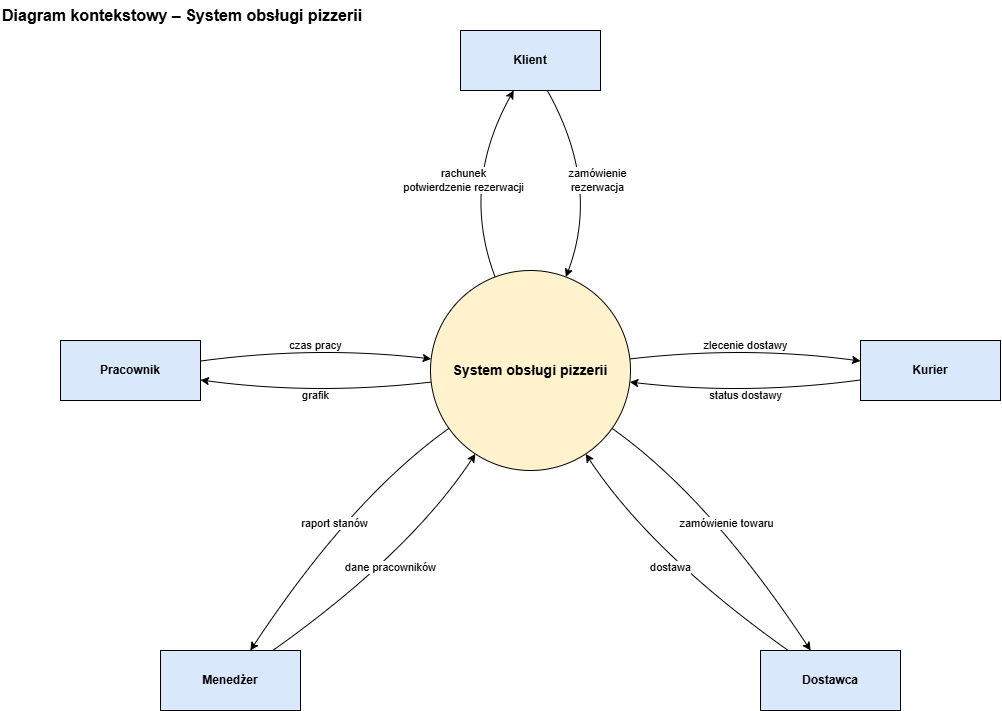
olimo54323/OiZPI-laboratorium keeps this draw.io diagram as diagramy/01_kontekstowy/kontekst_pizzeria.png. Above is the earlier version. Source tidied: cells renumbered, new cells last; positions are measured from the earlier drawing's top-left corner, leaving out a move shared by most shapes.
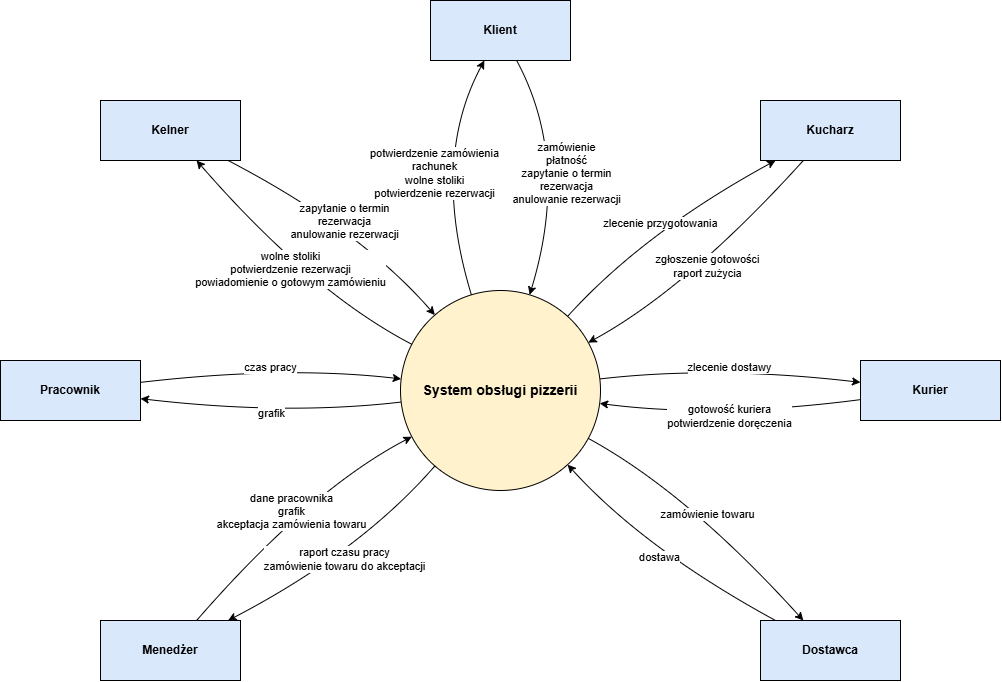
The same diagram one commit later.

The edit, as a diff of the source:
```diff
@@ -2,96 +2,127 @@
   <root>
     <mxCell id="0" />
     <mxCell id="1" parent="0" />
-    <mxCell id="2" value="Diagram kontekstowy – System obsługi pizzerii" style="text;html=1;align=left;verticalAlign=middle;fontSize=16;fontStyle=1;" parent="1" vertex="1">
-      <mxGeometry width="420" height="30" as="geometry" />
-    </mxCell>
     <mxCell id="3" value="&lt;b&gt;System obsługi pizzerii&lt;/b&gt;" style="ellipse;whiteSpace=wrap;html=1;fillColor=#fff2cc;strokeColor=#000000;fontSize=14;" parent="1" vertex="1">
-      <mxGeometry x="430" y="270" width="200" height="200" as="geometry" />
+      <mxGeometry x="480" y="340" width="200" height="200" as="geometry" />
     </mxCell>
     <mxCell id="4" value="Klient" style="rounded=0;whiteSpace=wrap;html=1;fillColor=#dae8fc;strokeColor=#000000;fontStyle=1;fontSize=12;" parent="1" vertex="1">
-      <mxGeometry x="460" y="30" width="140" height="60" as="geometry" />
+      <mxGeometry x="510" y="50" width="140" height="60" as="geometry" />
     </mxCell>
+    <mxCell id="19" value="Kelner" style="rounded=0;whiteSpace=wrap;html=1;fillColor=#dae8fc;strokeColor=#000000;fontStyle=1;fontSize=12;" parent="1" vertex="1">
+      <mxGeometry x="180" y="150" width="140" height="60" as="geometry" />
+    </mxCell>
+    <mxCell id="20" value="Kucharz" style="rounded=0;whiteSpace=wrap;html=1;fillColor=#dae8fc;strokeColor=#000000;fontStyle=1;fontSize=12;" parent="1" vertex="1">
+      <mxGeometry x="840" y="150" width="140" height="60" as="geometry" />
+    </mxCell>
     <mxCell id="5" value="Kurier" style="rounded=0;whiteSpace=wrap;html=1;fillColor=#dae8fc;strokeColor=#000000;fontStyle=1;fontSize=12;" parent="1" vertex="1">
-      <mxGeometry x="860" y="340" width="140" height="60" as="geometry" />
+      <mxGeometry x="940" y="410" width="140" height="60" as="geometry" />
     </mxCell>
     <mxCell id="6" value="Dostawca" style="rounded=0;whiteSpace=wrap;html=1;fillColor=#dae8fc;strokeColor=#000000;fontStyle=1;fontSize=12;" parent="1" vertex="1">
-      <mxGeometry x="760" y="650" width="140" height="60" as="geometry" />
+      <mxGeometry x="840" y="670" width="140" height="60" as="geometry" />
     </mxCell>
     <mxCell id="7" value="Menedżer" style="rounded=0;whiteSpace=wrap;html=1;fillColor=#dae8fc;strokeColor=#000000;fontStyle=1;fontSize=12;" parent="1" vertex="1">
-      <mxGeometry x="160" y="650" width="140" height="60" as="geometry" />
+      <mxGeometry x="180" y="670" width="140" height="60" as="geometry" />
     </mxCell>
     <mxCell id="8" value="Pracownik" style="rounded=0;whiteSpace=wrap;html=1;fillColor=#dae8fc;strokeColor=#000000;fontStyle=1;fontSize=12;" parent="1" vertex="1">
-      <mxGeometry x="60" y="340" width="140" height="60" as="geometry" />
+      <mxGeometry x="80" y="410" width="140" height="60" as="geometry" />
     </mxCell>
-    <mxCell id="9" value="zamówienie&lt;br&gt;rezerwacja" style="endArrow=classic;endFill=1;html=1;curved=1;labelBackgroundColor=#ffffff;fontSize=11;strokeColor=#000000;" parent="1" edge="1" source="4" target="3">
+    <mxCell id="9" value="zamówienie&lt;br&gt;płatność&lt;br&gt;zapytanie o termin&lt;br&gt;rezerwacja&lt;br&gt;anulowanie rezerwacji" style="endArrow=classic;endFill=1;html=1;curved=1;labelBackgroundColor=#ffffff;fontSize=11;strokeColor=#000000;" parent="1" edge="1" source="4" target="3">
       <mxGeometry relative="1" as="geometry">
         <Array as="points">
-          <mxPoint x="600" y="185" />
+          <mxPoint x="650" y="210" />
         </Array>
       </mxGeometry>
     </mxCell>
-    <mxCell id="10" value="rachunek&lt;br&gt;potwierdzenie rezerwacji" style="endArrow=classic;endFill=1;html=1;curved=1;labelBackgroundColor=#ffffff;fontSize=11;strokeColor=#000000;" parent="1" edge="1" source="3" target="4">
+    <mxCell id="10" value="potwierdzenie zamówienia&lt;br&gt;rachunek&lt;br&gt;wolne stoliki&lt;br&gt;potwierdzenie rezerwacji" style="endArrow=classic;endFill=1;html=1;curved=1;labelBackgroundColor=#ffffff;fontSize=11;strokeColor=#000000;" parent="1" edge="1" source="3" target="4">
       <mxGeometry relative="1" as="geometry">
         <Array as="points">
-          <mxPoint x="460" y="185" />
+          <mxPoint x="510" y="210" />
         </Array>
       </mxGeometry>
     </mxCell>
-    <mxCell id="11" value="zlecenie dostawy" style="endArrow=classic;endFill=1;html=1;curved=1;labelBackgroundColor=#ffffff;fontSize=11;strokeColor=#000000;" parent="1" edge="1" source="3" target="5">
+    <mxCell id="11" value="zapytanie o termin&lt;br&gt;rezerwacja&lt;br&gt;anulowanie rezerwacji" style="endArrow=classic;endFill=1;html=1;curved=1;labelBackgroundColor=#ffffff;fontSize=11;strokeColor=#000000;" parent="1" edge="1" source="19" target="3">
       <mxGeometry relative="1" as="geometry">
         <Array as="points">
-          <mxPoint x="745" y="345" />
+          <mxPoint x="440" y="279" />
         </Array>
       </mxGeometry>
     </mxCell>
-    <mxCell id="12" value="status dostawy" style="endArrow=classic;endFill=1;html=1;curved=1;labelBackgroundColor=#ffffff;fontSize=11;strokeColor=#000000;" parent="1" edge="1" source="5" target="3">
+    <mxCell id="12" value="wolne stoliki&lt;br&gt;potwierdzenie rezerwacji&lt;br&gt;powiadomienie o gotowym zamówieniu" style="endArrow=classic;endFill=1;html=1;curved=1;labelBackgroundColor=#ffffff;fontSize=11;strokeColor=#000000;" parent="1" edge="1" source="3" target="19">
       <mxGeometry relative="1" as="geometry">
         <Array as="points">
-          <mxPoint x="745" y="395" />
+          <mxPoint x="390" y="341" />
         </Array>
       </mxGeometry>
     </mxCell>
-    <mxCell id="13" value="czas pracy" style="endArrow=classic;endFill=1;html=1;curved=1;labelBackgroundColor=#ffffff;fontSize=11;strokeColor=#000000;" parent="1" edge="1" source="8" target="3">
+    <mxCell id="13" value="zgłoszenie gotowości&lt;br&gt;raport zużycia" style="endArrow=classic;endFill=1;html=1;curved=1;labelBackgroundColor=#ffffff;fontSize=11;strokeColor=#000000;" parent="1" edge="1" source="20" target="3">
       <mxGeometry relative="1" as="geometry">
         <Array as="points">
-          <mxPoint x="315" y="345" />
+          <mxPoint x="767" y="338" />
         </Array>
       </mxGeometry>
     </mxCell>
-    <mxCell id="14" value="grafik" style="endArrow=classic;endFill=1;html=1;curved=1;labelBackgroundColor=#ffffff;fontSize=11;strokeColor=#000000;" parent="1" edge="1" source="3" target="8">
+    <mxCell id="14" value="zlecenie przygotowania" style="endArrow=classic;endFill=1;html=1;curved=1;labelBackgroundColor=#ffffff;fontSize=11;strokeColor=#000000;" parent="1" edge="1" source="3" target="20">
       <mxGeometry relative="1" as="geometry">
         <Array as="points">
-          <mxPoint x="315" y="395" />
+          <mxPoint x="723" y="282" />
         </Array>
       </mxGeometry>
     </mxCell>
-    <mxCell id="15" value="dane pracowników" style="endArrow=classic;endFill=1;html=1;curved=1;labelBackgroundColor=#ffffff;fontSize=11;strokeColor=#000000;" parent="1" edge="1" source="7" target="3">
+    <mxCell id="15" value="gotowość kuriera&lt;br&gt;potwierdzenie doręczenia" style="endArrow=classic;endFill=1;html=1;curved=1;labelBackgroundColor=#ffffff;fontSize=11;strokeColor=#000000;" parent="1" edge="1" source="5" target="3">
       <mxGeometry relative="1" as="geometry">
         <Array as="points">
-          <mxPoint x="409" y="553" />
+          <mxPoint x="795" y="468" />
         </Array>
       </mxGeometry>
     </mxCell>
-    <mxCell id="16" value="raport stanów" style="endArrow=classic;endFill=1;html=1;curved=1;labelBackgroundColor=#ffffff;fontSize=11;strokeColor=#000000;" parent="1" edge="1" source="3" target="7">
+    <mxCell id="16" value="zlecenie dostawy" style="endArrow=classic;endFill=1;html=1;curved=1;labelBackgroundColor=#ffffff;fontSize=11;strokeColor=#000000;" parent="1" edge="1" source="3" target="5">
       <mxGeometry relative="1" as="geometry">
         <Array as="points">
-          <mxPoint x="351" y="497" />
+          <mxPoint x="795" y="415" />
         </Array>
       </mxGeometry>
     </mxCell>
-    <mxCell id="17" value="zamówienie towaru" style="endArrow=classic;endFill=1;html=1;curved=1;labelBackgroundColor=#ffffff;fontSize=11;strokeColor=#000000;" parent="1" edge="1" source="3" target="6">
+    <mxCell id="17" value="dostawa" style="endArrow=classic;endFill=1;html=1;curved=1;labelBackgroundColor=#ffffff;fontSize=11;strokeColor=#000000;" parent="1" edge="1" source="6" target="3">
       <mxGeometry relative="1" as="geometry">
         <Array as="points">
-          <mxPoint x="709" y="497" />
+          <mxPoint x="723" y="598" />
         </Array>
       </mxGeometry>
     </mxCell>
-    <mxCell id="18" value="dostawa" style="endArrow=classic;endFill=1;html=1;curved=1;labelBackgroundColor=#ffffff;fontSize=11;strokeColor=#000000;" parent="1" edge="1" source="6" target="3">
+    <mxCell id="18" value="zamówienie towaru" style="endArrow=classic;endFill=1;html=1;curved=1;labelBackgroundColor=#ffffff;fontSize=11;strokeColor=#000000;" parent="1" edge="1" source="3" target="6">
       <mxGeometry relative="1" as="geometry">
         <Array as="points">
-          <mxPoint x="651" y="553" />
+          <mxPoint x="767" y="542" />
         </Array>
       </mxGeometry>
     </mxCell>
+    <mxCell id="21" value="dane pracownika&lt;br&gt;grafik&lt;br&gt;akceptacja zamówienia towaru" style="endArrow=classic;endFill=1;html=1;curved=1;labelBackgroundColor=#ffffff;fontSize=11;strokeColor=#000000;" parent="1" edge="1" source="7" target="3">
+      <mxGeometry relative="1" as="geometry">
+        <Array as="points">
+          <mxPoint x="390" y="539" />
+        </Array>
+      </mxGeometry>
+    </mxCell>
+    <mxCell id="22" value="raport czasu pracy&lt;br&gt;zamówienie towaru do akceptacji" style="endArrow=classic;endFill=1;html=1;curved=1;labelBackgroundColor=#ffffff;fontSize=11;strokeColor=#000000;" parent="1" edge="1" source="3" target="7">
+      <mxGeometry relative="1" as="geometry">
+        <Array as="points">
+          <mxPoint x="440" y="601" />
+        </Array>
+      </mxGeometry>
+    </mxCell>
+    <mxCell id="23" value="czas pracy" style="endArrow=classic;endFill=1;html=1;curved=1;labelBackgroundColor=#ffffff;fontSize=11;strokeColor=#000000;" parent="1" edge="1" source="8" target="3">
+      <mxGeometry relative="1" as="geometry">
+        <Array as="points">
+          <mxPoint x="365" y="415" />
+        </Array>
+      </mxGeometry>
+    </mxCell>
+    <mxCell id="24" value="grafik" style="endArrow=classic;endFill=1;html=1;curved=1;labelBackgroundColor=#ffffff;fontSize=11;strokeColor=#000000;" parent="1" edge="1" source="3" target="8">
+      <mxGeometry relative="1" as="geometry">
+        <Array as="points">
+          <mxPoint x="365" y="465" />
+        </Array>
+      </mxGeometry>
+    </mxCell>
   </root>
 </mxGraphModel>
```
